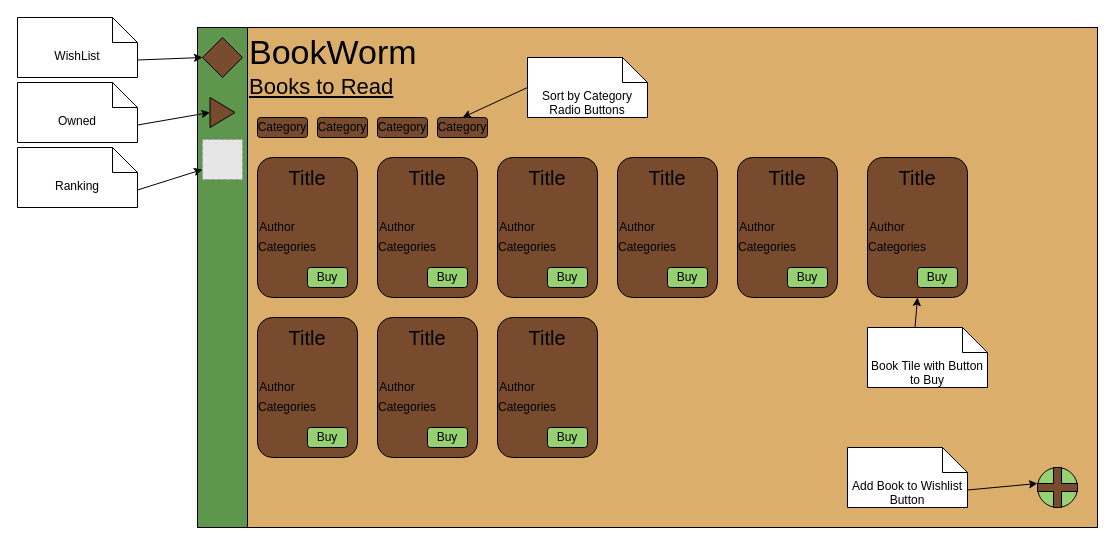
This is Docs/WishlistWireframe.drawio from atstep01/BookWorm_AngularFrontEnd, a draw.io file, before an edit. Source tidied: cells renumbered, new cells numbered last; positions are measured from the earlier drawing's top-left corner, leaving out a move shared by most shapes. Both pictures are drawn from the tidied source at 100%, with x=0, y=0 at pixel (17, 17). Pictures stored in the file or linked from it are replaced by grey dashed boxes.
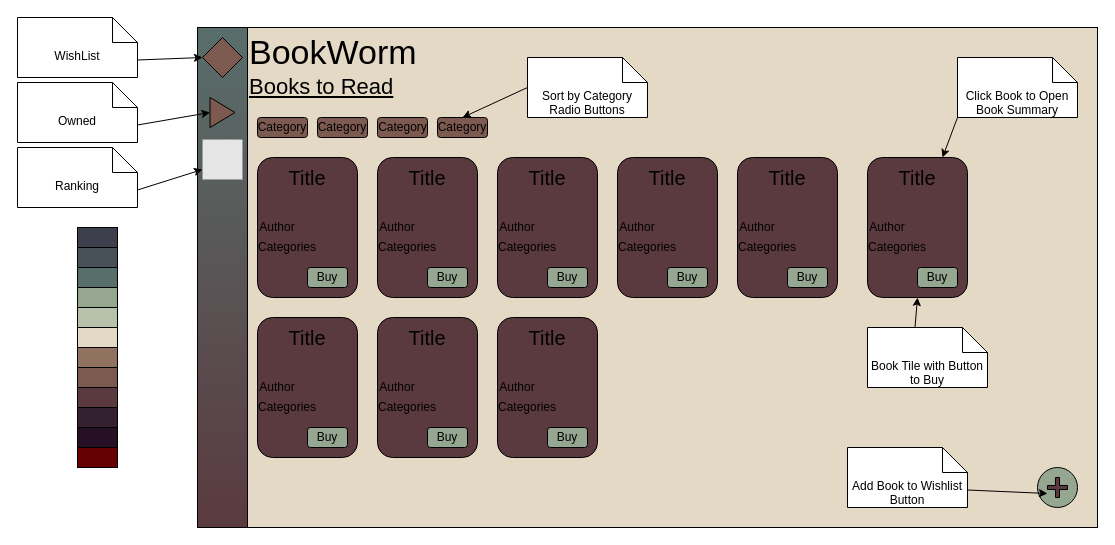
After the change.

What changed in the source:
```diff
@@
-    <mxCell id="2" style="whiteSpace=wrap;html=1;fillColor=#DBAF6B;" parent="1" vertex="1">
+    <mxCell id="2" style="whiteSpace=wrap;html=1;fillColor=#E4D9C5;" parent="1" vertex="1">
       <mxGeometry x="180" y="10" width="900" height="500" as="geometry" />
     </mxCell>
-    <mxCell id="3" style="rounded=0;whiteSpace=wrap;html=1;fillColor=#5F964E;" parent="1" vertex="1">
+    <mxCell id="3" style="rounded=0;whiteSpace=wrap;html=1;fillColor=#586E6B;gradientColor=#5A3A3F;" parent="1" vertex="1">
       <mxGeometry x="180" y="10" width="50" height="500" as="geometry" />
     </mxCell>
@@
-    <mxCell id="6" style="rounded=1;whiteSpace=wrap;html=1;fillColor=#784B2E;" parent="1" vertex="1">
+    <mxCell id="6" style="rounded=1;whiteSpace=wrap;html=1;fillColor=#5A3A3F;" parent="1" vertex="1">
       <mxGeometry x="240" y="140" width="100" height="140" as="geometry" />
     </mxCell>
-    <mxCell id="7" style="rounded=1;whiteSpace=wrap;html=1;fillColor=#784B2E;" parent="1" vertex="1">
+    <mxCell id="7" style="rounded=1;whiteSpace=wrap;html=1;fillColor=#7C5A50;" parent="1" vertex="1">
       <mxGeometry x="240" y="100" width="50" height="20" as="geometry" />
     </mxCell>
-    <mxCell id="8" style="rounded=1;whiteSpace=wrap;html=1;fillColor=#784B2E;" parent="1" vertex="1">
+    <mxCell id="8" style="rounded=1;whiteSpace=wrap;html=1;fillColor=#7C5A50;" parent="1" vertex="1">
       <mxGeometry x="300" y="100" width="50" height="20" as="geometry" />
     </mxCell>
-    <mxCell id="9" style="rounded=1;whiteSpace=wrap;html=1;fillColor=#784B2E;" parent="1" vertex="1">
+    <mxCell id="9" style="rounded=1;whiteSpace=wrap;html=1;fillColor=#7C5A50;" parent="1" vertex="1">
       <mxGeometry x="360" y="100" width="50" height="20" as="geometry" />
     </mxCell>
-    <mxCell id="10" style="rounded=1;whiteSpace=wrap;html=1;fillColor=#784B2E;" parent="1" vertex="1">
+    <mxCell id="10" style="rounded=1;whiteSpace=wrap;html=1;fillColor=#7C5A50;" parent="1" vertex="1">
       <mxGeometry x="420" y="100" width="50" height="20" as="geometry" />
     </mxCell>
@@
     <mxCell id="13" value="Category" style="text;html=1;strokeColor=none;fillColor=none;align=center;verticalAlign=middle;whiteSpace=wrap;rounded=0;" parent="1" vertex="1">
-      <mxGeometry x="365" y="100" width="40" height="20" as="geometry" />
+      <mxGeometry x="362.5" y="100" width="45" height="20" as="geometry" />
     </mxCell>
@@
-    <mxCell id="18" value="Buy" style="rounded=1;whiteSpace=wrap;html=1;fillColor=#97D171;" parent="1" vertex="1">
+    <mxCell id="18" value="Buy" style="rounded=1;whiteSpace=wrap;html=1;fillColor=#95A791;" parent="1" vertex="1">
       <mxGeometry x="290" y="250" width="40" height="20" as="geometry" />
     </mxCell>
-    <mxCell id="19" style="rounded=1;whiteSpace=wrap;html=1;fillColor=#784B2E;" parent="1" vertex="1">
+    <mxCell id="19" style="rounded=1;whiteSpace=wrap;html=1;fillColor=#5A3A3F;" parent="1" vertex="1">
       <mxGeometry x="360" y="140" width="100" height="140" as="geometry" />
     </mxCell>
@@
-    <mxCell id="23" value="Buy" style="rounded=1;whiteSpace=wrap;html=1;fillColor=#97D171;" parent="1" vertex="1">
+    <mxCell id="23" value="Buy" style="rounded=1;whiteSpace=wrap;html=1;fillColor=#95A791;" parent="1" vertex="1">
       <mxGeometry x="410" y="250" width="40" height="20" as="geometry" />
     </mxCell>
-    <mxCell id="24" style="rounded=1;whiteSpace=wrap;html=1;fillColor=#784B2E;" parent="1" vertex="1">
+    <mxCell id="24" style="rounded=1;whiteSpace=wrap;html=1;fillColor=#5A3A3F;" parent="1" vertex="1">
       <mxGeometry x="480" y="140" width="100" height="140" as="geometry" />
     </mxCell>
@@
-    <mxCell id="28" value="Buy" style="rounded=1;whiteSpace=wrap;html=1;fillColor=#97D171;" parent="1" vertex="1">
+    <mxCell id="28" value="Buy" style="rounded=1;whiteSpace=wrap;html=1;fillColor=#95A791;" parent="1" vertex="1">
       <mxGeometry x="530" y="250" width="40" height="20" as="geometry" />
     </mxCell>
-    <mxCell id="29" style="rounded=1;whiteSpace=wrap;html=1;fillColor=#784B2E;" parent="1" vertex="1">
+    <mxCell id="29" style="rounded=1;whiteSpace=wrap;html=1;fillColor=#5A3A3F;" parent="1" vertex="1">
       <mxGeometry x="600" y="140" width="100" height="140" as="geometry" />
     </mxCell>
@@
-    <mxCell id="33" value="Buy" style="rounded=1;whiteSpace=wrap;html=1;fillColor=#97D171;" parent="1" vertex="1">
+    <mxCell id="33" value="Buy" style="rounded=1;whiteSpace=wrap;html=1;fillColor=#95A791;" parent="1" vertex="1">
       <mxGeometry x="650" y="250" width="40" height="20" as="geometry" />
     </mxCell>
-    <mxCell id="34" style="rounded=1;whiteSpace=wrap;html=1;fillColor=#784B2E;" parent="1" vertex="1">
+    <mxCell id="34" style="rounded=1;whiteSpace=wrap;html=1;fillColor=#5A3A3F;" parent="1" vertex="1">
       <mxGeometry x="720" y="140" width="100" height="140" as="geometry" />
     </mxCell>
@@
-    <mxCell id="38" value="Buy" style="rounded=1;whiteSpace=wrap;html=1;fillColor=#97D171;" parent="1" vertex="1">
+    <mxCell id="38" value="Buy" style="rounded=1;whiteSpace=wrap;html=1;fillColor=#95A791;" parent="1" vertex="1">
       <mxGeometry x="770" y="250" width="40" height="20" as="geometry" />
     </mxCell>
-    <mxCell id="39" style="rounded=1;whiteSpace=wrap;html=1;fillColor=#784B2E;" parent="1" vertex="1">
+    <mxCell id="39" style="rounded=1;whiteSpace=wrap;html=1;fillColor=#5A3A3F;" parent="1" vertex="1">
       <mxGeometry x="850" y="140" width="100" height="140" as="geometry" />
     </mxCell>
@@
-    <mxCell id="43" value="Buy" style="rounded=1;whiteSpace=wrap;html=1;fillColor=#97D171;" parent="1" vertex="1">
+    <mxCell id="43" value="Buy" style="rounded=1;whiteSpace=wrap;html=1;fillColor=#95A791;" parent="1" vertex="1">
       <mxGeometry x="900" y="250" width="40" height="20" as="geometry" />
     </mxCell>
-    <mxCell id="44" style="rounded=1;whiteSpace=wrap;html=1;fillColor=#784B2E;" parent="1" vertex="1">
+    <mxCell id="44" style="rounded=1;whiteSpace=wrap;html=1;fillColor=#5A3A3F;" parent="1" vertex="1">
       <mxGeometry x="240" y="300" width="100" height="140" as="geometry" />
     </mxCell>
@@
-    <mxCell id="48" value="Buy" style="rounded=1;whiteSpace=wrap;html=1;fillColor=#97D171;" parent="1" vertex="1">
+    <mxCell id="48" value="Buy" style="rounded=1;whiteSpace=wrap;html=1;fillColor=#95A791;" parent="1" vertex="1">
       <mxGeometry x="290" y="410" width="40" height="20" as="geometry" />
     </mxCell>
-    <mxCell id="49" style="rounded=1;whiteSpace=wrap;html=1;fillColor=#784B2E;" parent="1" vertex="1">
+    <mxCell id="49" style="rounded=1;whiteSpace=wrap;html=1;fillColor=#5A3A3F;" parent="1" vertex="1">
       <mxGeometry x="360" y="300" width="100" height="140" as="geometry" />
     </mxCell>
@@
-    <mxCell id="53" value="Buy" style="rounded=1;whiteSpace=wrap;html=1;fillColor=#97D171;" parent="1" vertex="1">
+    <mxCell id="53" value="Buy" style="rounded=1;whiteSpace=wrap;html=1;fillColor=#95A791;" parent="1" vertex="1">
       <mxGeometry x="410" y="410" width="40" height="20" as="geometry" />
     </mxCell>
-    <mxCell id="54" style="rounded=1;whiteSpace=wrap;html=1;fillColor=#784B2E;" parent="1" vertex="1">
+    <mxCell id="54" style="rounded=1;whiteSpace=wrap;html=1;fillColor=#5A3A3F;" parent="1" vertex="1">
       <mxGeometry x="480" y="300" width="100" height="140" as="geometry" />
     </mxCell>
@@
-    <mxCell id="58" value="Buy" style="rounded=1;whiteSpace=wrap;html=1;fillColor=#97D171;" parent="1" vertex="1">
+    <mxCell id="58" value="Buy" style="rounded=1;whiteSpace=wrap;html=1;fillColor=#95A791;" parent="1" vertex="1">
       <mxGeometry x="530" y="410" width="40" height="20" as="geometry" />
     </mxCell>
-    <mxCell id="59" style="ellipse;whiteSpace=wrap;html=1;fillColor=#97D171;" parent="1" vertex="1">
+    <mxCell id="59" style="ellipse;whiteSpace=wrap;html=1;fillColor=#95A791;" parent="1" vertex="1">
       <mxGeometry x="1020" y="450" width="40" height="40" as="geometry" />
     </mxCell>
-    <mxCell id="60" style="shape=cross;whiteSpace=wrap;html=1;fillColor=#784B2E;" parent="1" vertex="1">
-      <mxGeometry x="1020" y="450" width="40" height="40" as="geometry" />
+    <mxCell id="60" style="shape=cross;whiteSpace=wrap;html=1;fillColor=#5A3A3F;" parent="1" vertex="1">
+      <mxGeometry x="1030" y="460" width="20" height="20" as="geometry" />
     </mxCell>
-    <mxCell id="61" style="rhombus;whiteSpace=wrap;html=1;fillColor=#784B2E;" parent="1" vertex="1">
+    <mxCell id="61" style="rhombus;whiteSpace=wrap;html=1;fillColor=#7C5A50;" parent="1" vertex="1">
       <mxGeometry x="185" y="20" width="40" height="40" as="geometry" />
     </mxCell>
-    <mxCell id="62" style="triangle;whiteSpace=wrap;html=1;fillColor=#784B2E;" parent="1" vertex="1">
+    <mxCell id="62" style="triangle;whiteSpace=wrap;html=1;fillColor=#7C5A50;" parent="1" vertex="1">
       <mxGeometry x="192.5" y="80" width="25" height="30" as="geometry" />
     </mxCell>
-    <mxCell id="63" style="fillColor=#E6E6E6;strokeColor=#999999;dashed=1;html=1;verticalAlign=top;verticalLabelPosition=bottom;labelBackgroundColor=#ffffff;" parent="1" vertex="1">
+    <mxCell id="63" style="fillColor=#E6E6E6;strokeColor=#999999;dashed=1;html=1;verticalAlign=top;verticalLabelPosition=bottom;labelBackgroundColor=#7C5A50;fontColor=#7C5A50;" parent="1" vertex="1">
       <mxGeometry x="185" y="122" width="40" height="40" as="geometry" />
     </mxCell>
@@
+    <mxCell id="76" style="rounded=0;whiteSpace=wrap;html=1;fillColor=#3d3f4c;" parent="1" vertex="1">
+      <mxGeometry x="60" y="210" width="40" height="20" as="geometry" />
+    </mxCell>
+    <mxCell id="77" style="rounded=0;whiteSpace=wrap;html=1;fillColor=#485158;" parent="1" vertex="1">
+      <mxGeometry x="60" y="230" width="40" height="20" as="geometry" />
+    </mxCell>
+    <mxCell id="78" style="rounded=0;whiteSpace=wrap;html=1;fillColor=#586e6b;" parent="1" vertex="1">
+      <mxGeometry x="60" y="250" width="40" height="20" as="geometry" />
+    </mxCell>
+    <mxCell id="79" style="rounded=0;whiteSpace=wrap;html=1;fillColor=#95a791;" parent="1" vertex="1">
+      <mxGeometry x="60" y="270" width="40" height="20" as="geometry" />
+    </mxCell>
+    <mxCell id="80" style="rounded=0;whiteSpace=wrap;html=1;fillColor=#917260;" parent="1" vertex="1">
+      <mxGeometry x="60" y="330" width="40" height="20" as="geometry" />
+    </mxCell>
+    <mxCell id="81" style="rounded=0;whiteSpace=wrap;html=1;fillColor=#7c5a50;" parent="1" vertex="1">
+      <mxGeometry x="60" y="350" width="40" height="20" as="geometry" />
+    </mxCell>
+    <mxCell id="82" style="rounded=0;whiteSpace=wrap;html=1;fillColor=#5a3a3f;" parent="1" vertex="1">
+      <mxGeometry x="60" y="370" width="40" height="20" as="geometry" />
+    </mxCell>
+    <mxCell id="83" style="rounded=0;whiteSpace=wrap;html=1;fillColor=#332131;" parent="1" vertex="1">
+      <mxGeometry x="60" y="390" width="40" height="20" as="geometry" />
+    </mxCell>
+    <mxCell id="84" style="rounded=0;whiteSpace=wrap;html=1;fillColor=#261025;" parent="1" vertex="1">
+      <mxGeometry x="60" y="410" width="40" height="20" as="geometry" />
+    </mxCell>
+    <mxCell id="85" style="rounded=0;whiteSpace=wrap;html=1;fillColor=#e4d9c5;" parent="1" vertex="1">
+      <mxGeometry x="60" y="310" width="40" height="20" as="geometry" />
+    </mxCell>
+    <mxCell id="86" style="rounded=0;whiteSpace=wrap;html=1;fillColor=#b6c2ac;" parent="1" vertex="1">
+      <mxGeometry x="60" y="290" width="40" height="20" as="geometry" />
+    </mxCell>
+    <mxCell id="87" value="Click Book to Open Book Summary" style="shape=note2;boundedLbl=1;whiteSpace=wrap;html=1;size=25;verticalAlign=top;align=center;fillColor=#FFFFFF;" parent="1" vertex="1">
+      <mxGeometry x="940" y="40" width="120" height="60" as="geometry" />
+    </mxCell>
+    <mxCell id="88" style="endArrow=classic;html=1;fontColor=#7C5A50;exitX=0;exitY=1;exitDx=0;exitDy=0;exitPerimeter=0;entryX=0.75;entryY=0;entryDx=0;entryDy=0;" parent="1" edge="1" source="87" target="39">
+      <mxGeometry relative="1" as="geometry" />
+    </mxCell>
+    <mxCell id="89" style="rounded=0;whiteSpace=wrap;html=1;fillColor=#660000;" parent="1" vertex="1">
+      <mxGeometry x="60" y="430" width="40" height="20" as="geometry" />
+    </mxCell>
```
